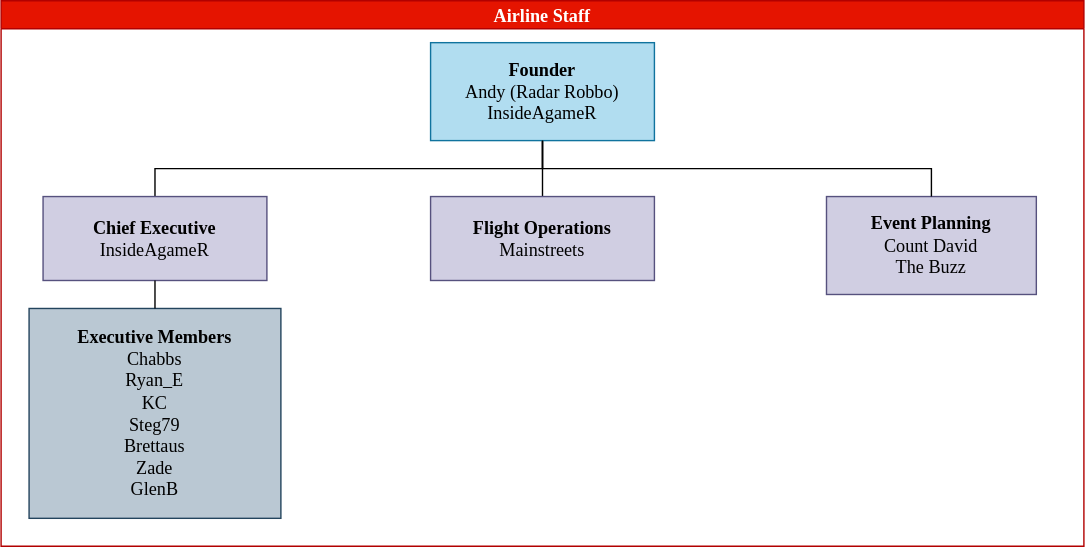
This is public/assets/frontend/img/airline-staff.svg from ramingasanov/phpvms, a draw.io export, as it was before one commit. Source tidied: cells renumbered, new cells last; positions are measured from the earlier drawing's top-left corner, leaving out a move shared by most shapes.
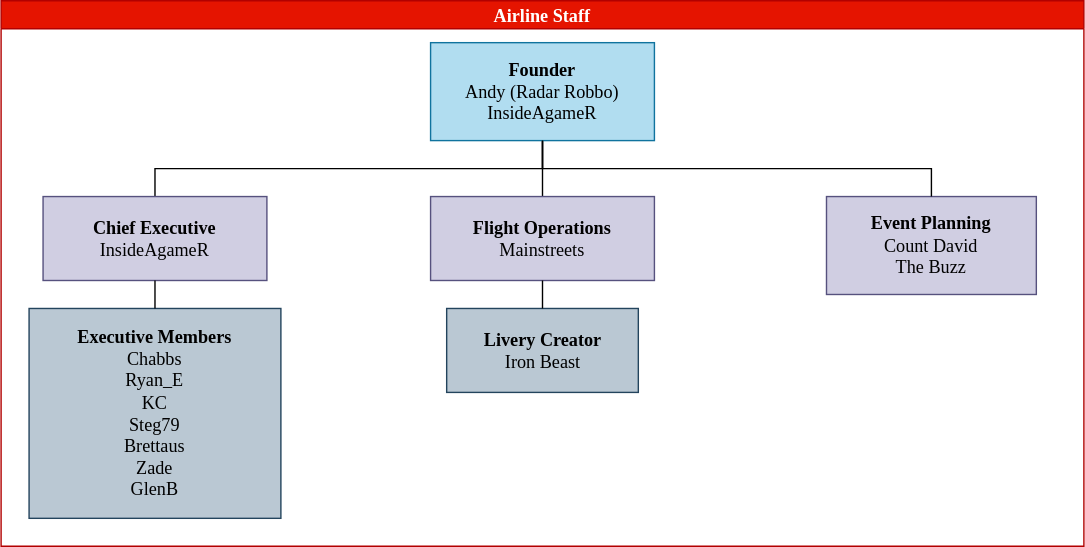
Later version of the same file.

The edit, as a diff of the source:
```diff
@@ -43,5 +43,11 @@
     <mxCell id="11" style="edgeStyle=elbowEdgeStyle;elbow=vertical;startArrow=none;endArrow=none;rounded=0;exitX=0.5;exitY=1;exitDx=0;exitDy=0;" parent="2" edge="1" source="6" target="10">
       <mxGeometry relative="1" as="geometry" />
     </mxCell>
+    <mxCell id="12" value="&lt;div style=&quot;font-size: 13px;&quot;&gt;&lt;b&gt;Livery Creator&lt;/b&gt;&lt;/div&gt;Iron Beast" style="whiteSpace=wrap;html=1;align=center;verticalAlign=middle;newEdgeStyle={&quot;edgeStyle&quot;:&quot;elbowEdgeStyle&quot;,&quot;startArrow&quot;:&quot;none&quot;,&quot;endArrow&quot;:&quot;none&quot;};fillColor=#bac8d3;strokeColor=#23445d;fontFamily=Verdana;fontSize=13;" parent="2" vertex="1">
+      <mxGeometry x="318.5" y="220" width="137" height="60" as="geometry" />
+    </mxCell>
+    <mxCell id="13" style="edgeStyle=elbowEdgeStyle;elbow=vertical;startArrow=none;endArrow=none;rounded=0;exitX=0.5;exitY=1;exitDx=0;exitDy=0;" parent="2" edge="1" source="7" target="12">
+      <mxGeometry relative="1" as="geometry" />
+    </mxCell>
   </root>
 </mxGraphModel>
```
